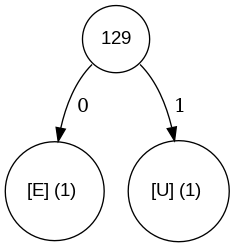
silvavds/aap keeps this Graphviz diagram as fil_rouge/codage/huffman/png/v_00001_tree.png. Above is the earlier version. Its source is kept beside it as fil_rouge/codage/huffman/dot/v_00001_tree.dot.
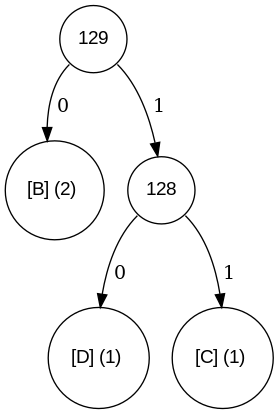
The same diagram one commit later.

The edit, as a diff of the source:
```diff
@@ -1,8 +1,12 @@
 digraph tree {
 	node [fontname="Arial", shape="circle", width=0.5];
 
-129:sw -> 69 [label = " 0"];
-69 [label = "[E] (1) "];
-129:se -> 85 [label = " 1"];
-85 [label = "[U] (1) "];
+129:sw -> 66 [label = " 0"];
+66 [label = "[B] (2) "];
+129:se -> 128 [label = " 1"];
+128 [label = "128"];
+128:se -> 67 [label = " 1"];
+67 [label = "[C] (1) "];
+128:sw -> 68 [label = " 0"];
+68 [label = "[D] (1) "];
 }
```
